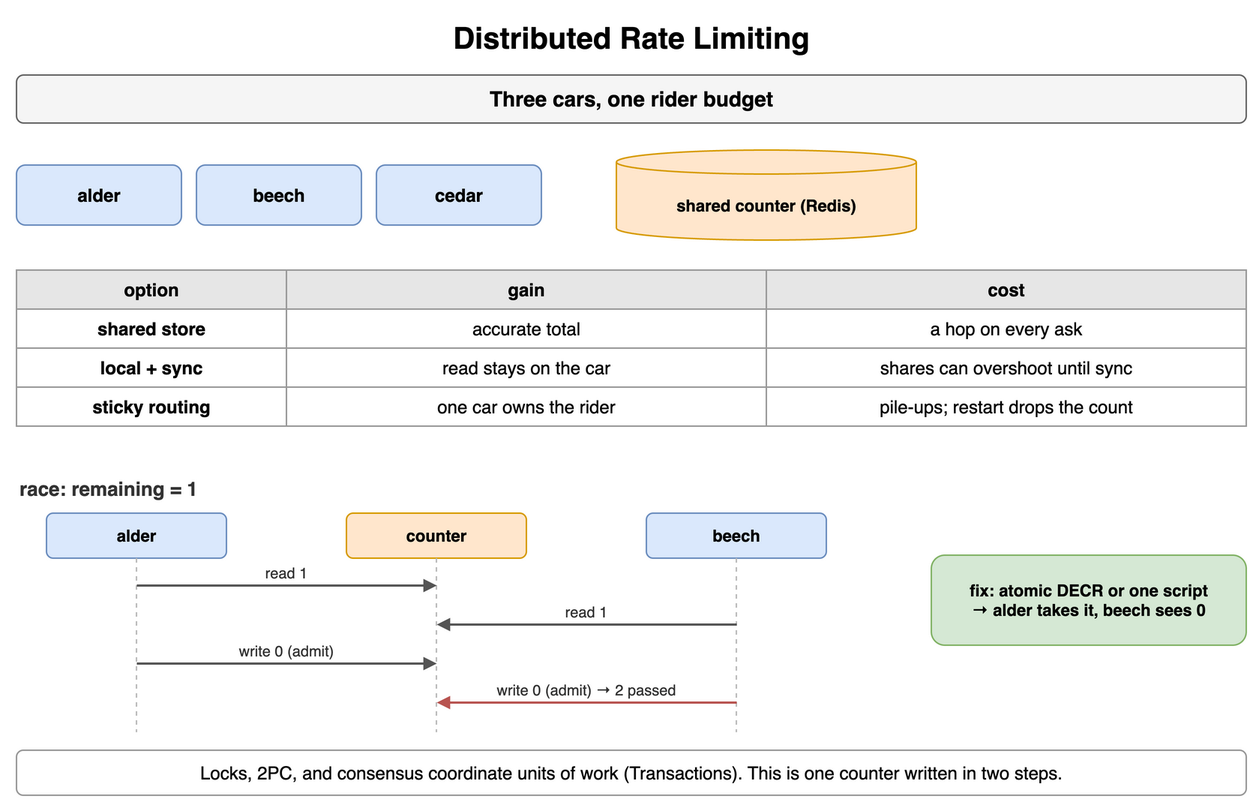
The draw.io diagram content/09_System_Design_Interview/17_Rate_Limiting_and_Throttling/diagrams/rate-limiting-8-distributed-rate-limiting.png in amendez13/swe-study-guide, before a commit. Source tidied: cells renumbered, new cells last; positions are measured from the earlier drawing's top-left corner, leaving out a move shared by most shapes.
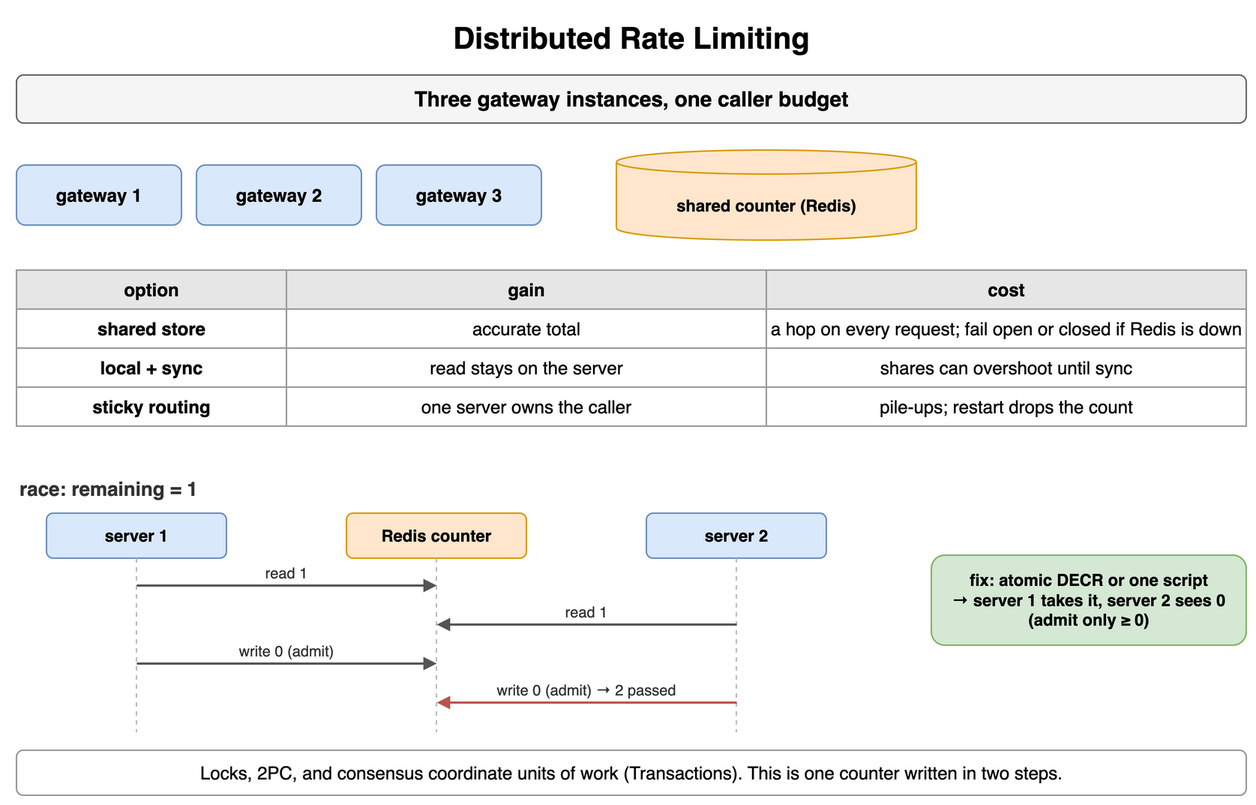
The same file after the commit.

What changed in the source:
```diff
@@ -5,16 +5,16 @@
     <mxCell id="2" value="Distributed Rate Limiting" style="text;html=1;align=center;verticalAlign=middle;whiteSpace=wrap;fontSize=20;fontStyle=1;" parent="1" vertex="1">
       <mxGeometry width="820" height="30" as="geometry" />
     </mxCell>
-    <mxCell id="3" value="Three cars, one rider budget" style="rounded=1;whiteSpace=wrap;html=1;fillColor=#f5f5f5;strokeColor=#666666;fontStyle=1;fontSize=14;" parent="1" vertex="1">
+    <mxCell id="3" value="Three gateway instances, one caller budget" style="rounded=1;whiteSpace=wrap;html=1;fillColor=#f5f5f5;strokeColor=#666666;fontStyle=1;fontSize=14;" parent="1" vertex="1">
       <mxGeometry y="40" width="820" height="32" as="geometry" />
     </mxCell>
-    <mxCell id="4" value="alder" style="rounded=1;whiteSpace=wrap;html=1;fillColor=#dae8fc;strokeColor=#6c8ebf;fontSize=12;align=center;fontStyle=1;" parent="1" vertex="1">
+    <mxCell id="4" value="gateway 1" style="rounded=1;whiteSpace=wrap;html=1;fillColor=#dae8fc;strokeColor=#6c8ebf;fontSize=12;align=center;fontStyle=1;" parent="1" vertex="1">
       <mxGeometry y="100" width="110" height="40" as="geometry" />
     </mxCell>
-    <mxCell id="5" value="beech" style="rounded=1;whiteSpace=wrap;html=1;fillColor=#dae8fc;strokeColor=#6c8ebf;fontSize=12;align=center;fontStyle=1;" parent="1" vertex="1">
+    <mxCell id="5" value="gateway 2" style="rounded=1;whiteSpace=wrap;html=1;fillColor=#dae8fc;strokeColor=#6c8ebf;fontSize=12;align=center;fontStyle=1;" parent="1" vertex="1">
       <mxGeometry x="120" y="100" width="110" height="40" as="geometry" />
     </mxCell>
-    <mxCell id="6" value="cedar" style="rounded=1;whiteSpace=wrap;html=1;fillColor=#dae8fc;strokeColor=#6c8ebf;fontSize=12;align=center;fontStyle=1;" parent="1" vertex="1">
+    <mxCell id="6" value="gateway 3" style="rounded=1;whiteSpace=wrap;html=1;fillColor=#dae8fc;strokeColor=#6c8ebf;fontSize=12;align=center;fontStyle=1;" parent="1" vertex="1">
       <mxGeometry x="240" y="100" width="110" height="40" as="geometry" />
     </mxCell>
     <mxCell id="7" value="shared counter (Redis)" style="shape=cylinder3;whiteSpace=wrap;html=1;boundedLbl=1;backgroundOutline=1;size=8;fillColor=#ffe6cc;strokeColor=#d79b00;fontStyle=1;fontSize=11;" parent="1" vertex="1">
@@ -35,13 +35,13 @@
     <mxCell id="12" value="accurate total" style="whiteSpace=wrap;html=1;strokeColor=#999999;fontSize=12;fillColor=#ffffff;" parent="1" vertex="1">
       <mxGeometry x="180" y="196" width="320" height="26" as="geometry" />
     </mxCell>
-    <mxCell id="13" value="a hop on every ask" style="whiteSpace=wrap;html=1;strokeColor=#999999;fontSize=12;fillColor=#ffffff;" parent="1" vertex="1">
+    <mxCell id="13" value="a hop on every request; fail open or closed if Redis is down" style="whiteSpace=wrap;html=1;strokeColor=#999999;fontSize=12;fillColor=#ffffff;" parent="1" vertex="1">
       <mxGeometry x="500" y="196" width="320" height="26" as="geometry" />
     </mxCell>
     <mxCell id="14" value="local + sync" style="whiteSpace=wrap;html=1;strokeColor=#999999;fontSize=12;fillColor=#ffffff;fontStyle=1;" parent="1" vertex="1">
       <mxGeometry y="222" width="180" height="26" as="geometry" />
     </mxCell>
-    <mxCell id="15" value="read stays on the car" style="whiteSpace=wrap;html=1;strokeColor=#999999;fontSize=12;fillColor=#ffffff;" parent="1" vertex="1">
+    <mxCell id="15" value="read stays on the server" style="whiteSpace=wrap;html=1;strokeColor=#999999;fontSize=12;fillColor=#ffffff;" parent="1" vertex="1">
       <mxGeometry x="180" y="222" width="320" height="26" as="geometry" />
     </mxCell>
     <mxCell id="16" value="shares can overshoot until sync" style="whiteSpace=wrap;html=1;strokeColor=#999999;fontSize=12;fillColor=#ffffff;" parent="1" vertex="1">
@@ -50,7 +50,7 @@
     <mxCell id="17" value="sticky routing" style="whiteSpace=wrap;html=1;strokeColor=#999999;fontSize=12;fillColor=#ffffff;fontStyle=1;" parent="1" vertex="1">
       <mxGeometry y="248" width="180" height="26" as="geometry" />
     </mxCell>
-    <mxCell id="18" value="one car owns the rider" style="whiteSpace=wrap;html=1;strokeColor=#999999;fontSize=12;fillColor=#ffffff;" parent="1" vertex="1">
+    <mxCell id="18" value="one server owns the caller" style="whiteSpace=wrap;html=1;strokeColor=#999999;fontSize=12;fillColor=#ffffff;" parent="1" vertex="1">
       <mxGeometry x="180" y="248" width="320" height="26" as="geometry" />
     </mxCell>
     <mxCell id="19" value="pile-ups; restart drops the count" style="whiteSpace=wrap;html=1;strokeColor=#999999;fontSize=12;fillColor=#ffffff;" parent="1" vertex="1">
@@ -59,13 +59,13 @@
     <mxCell id="20" value="race: remaining = 1" style="text;html=1;whiteSpace=wrap;fontSize=11;align=left;verticalAlign=middle;fontSize=13;fontColor=#333333;fontStyle=1;" parent="1" vertex="1">
       <mxGeometry y="306" width="400" height="20" as="geometry" />
     </mxCell>
-    <mxCell id="21" value="alder" style="rounded=1;whiteSpace=wrap;html=1;fillColor=#dae8fc;strokeColor=#6c8ebf;fontSize=11;align=center;fontStyle=1;" parent="1" vertex="1">
+    <mxCell id="21" value="server 1" style="rounded=1;whiteSpace=wrap;html=1;fillColor=#dae8fc;strokeColor=#6c8ebf;fontSize=11;align=center;fontStyle=1;" parent="1" vertex="1">
       <mxGeometry x="20" y="332" width="120" height="30" as="geometry" />
     </mxCell>
-    <mxCell id="22" value="counter" style="rounded=1;whiteSpace=wrap;html=1;fillColor=#ffe6cc;strokeColor=#d79b00;fontSize=11;align=center;fontStyle=1;" parent="1" vertex="1">
+    <mxCell id="22" value="Redis counter" style="rounded=1;whiteSpace=wrap;html=1;fillColor=#ffe6cc;strokeColor=#d79b00;fontSize=11;align=center;fontStyle=1;" parent="1" vertex="1">
       <mxGeometry x="220" y="332" width="120" height="30" as="geometry" />
     </mxCell>
-    <mxCell id="23" value="beech" style="rounded=1;whiteSpace=wrap;html=1;fillColor=#dae8fc;strokeColor=#6c8ebf;fontSize=11;align=center;fontStyle=1;" parent="1" vertex="1">
+    <mxCell id="23" value="server 2" style="rounded=1;whiteSpace=wrap;html=1;fillColor=#dae8fc;strokeColor=#6c8ebf;fontSize=11;align=center;fontStyle=1;" parent="1" vertex="1">
       <mxGeometry x="420" y="332" width="120" height="30" as="geometry" />
     </mxCell>
     <mxCell id="24" style="endArrow=none;html=1;strokeColor=#bbbbbb;dashed=1;" parent="1" edge="1">
@@ -122,7 +122,7 @@
     <mxCell id="34" value="write 0 (admit) → 2 passed" style="text;html=1;whiteSpace=wrap;fontSize=11;align=center;verticalAlign=middle;fontSize=10;fontColor=#333333;" parent="1" vertex="1">
       <mxGeometry x="284" y="442" width="192" height="15" as="geometry" />
     </mxCell>
-    <mxCell id="35" value="fix: atomic DECR or one script&lt;br&gt;→ alder takes it, beech sees 0" style="rounded=1;whiteSpace=wrap;html=1;fillColor=#d5e8d4;strokeColor=#82b366;fontSize=11;align=center;fontStyle=1;" parent="1" vertex="1">
+    <mxCell id="35" value="fix: atomic DECR or one script&lt;br&gt;→ server 1 takes it, server 2 sees 0 (admit only ≥ 0)" style="rounded=1;whiteSpace=wrap;html=1;fillColor=#d5e8d4;strokeColor=#82b366;fontSize=11;align=center;fontStyle=1;" parent="1" vertex="1">
       <mxGeometry x="610" y="360" width="210" height="60" as="geometry" />
     </mxCell>
     <mxCell id="36" value="Locks, 2PC, and consensus coordinate units of work (Transactions). This is one counter written in two steps." style="rounded=1;whiteSpace=wrap;html=1;fillColor=#ffffff;strokeColor=#999999;fontSize=12;align=center;" parent="1" vertex="1">
```
